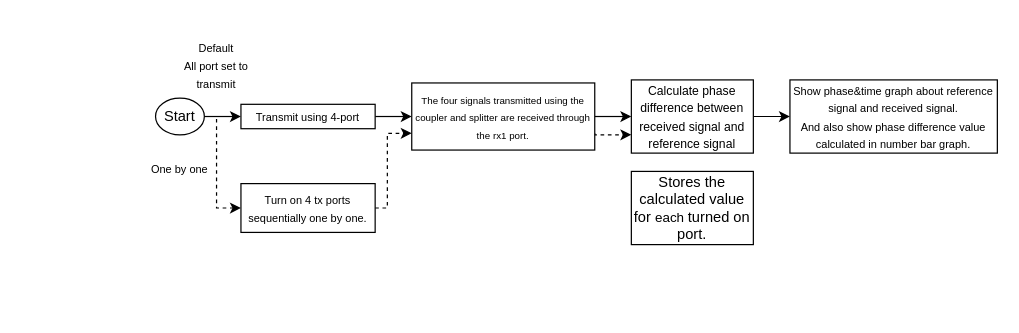
Earlier version of the draw.io diagram 4-port Sync.drawio (Yoo-jung/Beamforming). Source tidied: cells renumbered, new cells numbered last; positions are measured from the earlier drawing's top-left corner, leaving out a move shared by most shapes. Both pictures are drawn from the tidied source at 122%, with x=0, y=0 at pixel (143, 46).
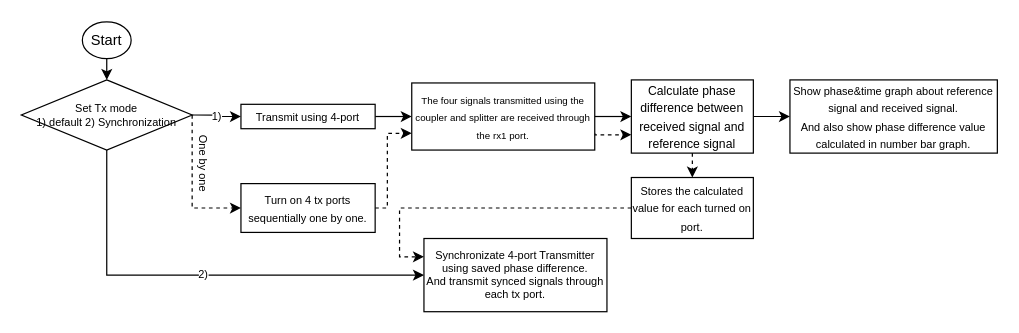
The same diagram, later.

The change refers to these unchanged cells:
```xml
<mxCell id="6" value="&lt;font style=&quot;font-size: 9px;&quot;&gt;Transmit using 4-port&lt;/font&gt;" style="rounded=0;whiteSpace=wrap;html=1;" parent="1" vertex="1">
  <mxGeometry x="80" y="47" width="110" height="20" as="geometry" />
</mxCell>
<mxCell id="11" value="&lt;font style=&quot;font-size: 10px;&quot;&gt;Calculate phase difference between received signal and reference signal&lt;/font&gt;" style="rounded=0;whiteSpace=wrap;html=1;" parent="1" vertex="1">
  <mxGeometry x="400" y="27" width="100" height="60" as="geometry" />
</mxCell>
<mxCell id="15" value="&lt;font style=&quot;font-size: 9px;&quot;&gt;Turn on 4 tx ports sequentially one by one.&lt;/font&gt;" style="rounded=0;whiteSpace=wrap;html=1;" parent="1" vertex="1">
  <mxGeometry x="80" y="112" width="110" height="40" as="geometry" />
</mxCell>
```

The edit, as a diff of the source:
```diff
@@
-    <mxCell id="2" style="edgeStyle=orthogonalEdgeStyle;rounded=0;jettySize=auto;html=1;exitX=1;exitY=0.5;exitDx=0;exitDy=0;entryX=0;entryY=0.5;entryDx=0;entryDy=0;" parent="1" edge="1" source="4" target="6">
-      <mxGeometry relative="1" as="geometry" />
-    </mxCell>
-    <mxCell id="3" style="edgeStyle=orthogonalEdgeStyle;rounded=0;jettySize=auto;html=1;exitX=1;exitY=0.5;exitDx=0;exitDy=0;entryX=0;entryY=0.5;entryDx=0;entryDy=0;dashed=1;" parent="1" edge="1" source="4" target="15">
-      <mxGeometry relative="1" as="geometry">
-        <Array as="points">
-          <mxPoint x="60" y="57" />
-          <mxPoint x="60" y="132" />
-        </Array>
-      </mxGeometry>
-    </mxCell>
+    <mxCell id="18" style="edgeStyle=orthogonalEdgeStyle;rounded=0;jettySize=auto;html=1;exitX=0.5;exitY=1;exitDx=0;exitDy=0;fontSize=9;entryX=0.5;entryY=0;entryDx=0;entryDy=0;" parent="1" edge="1" source="4" target="25">
+      <mxGeometry relative="1" as="geometry" />
+    </mxCell>
     <mxCell id="4" value="Start" style="ellipse;whiteSpace=wrap;html=1;" parent="1" vertex="1">
-      <mxGeometry x="10" y="42" width="40" height="30" as="geometry" />
+      <mxGeometry x="-50" y="-20.5" width="40" height="30" as="geometry" />
     </mxCell>
@@
+    <mxCell id="19" style="edgeStyle=orthogonalEdgeStyle;rounded=0;jettySize=auto;html=1;exitX=0.5;exitY=1;exitDx=0;exitDy=0;entryX=0.5;entryY=0;entryDx=0;entryDy=0;fontSize=9;dashed=1;" parent="1" edge="1" source="11" target="17">
+      <mxGeometry relative="1" as="geometry" />
+    </mxCell>
@@
-    <mxCell id="12" value="&lt;font style=&quot;font-size: 9px;&quot;&gt;Default&lt;br style=&quot;font-size: 9px;&quot;&gt;All port set to transmit&lt;/font&gt;" style="text;html=1;strokeColor=none;fillColor=none;align=center;verticalAlign=middle;whiteSpace=wrap;rounded=0;" parent="1" vertex="1">
-      <mxGeometry x="30" y="-0.5" width="60" height="30" as="geometry" />
-    </mxCell>
@@
-    <mxCell id="16" value="&lt;font style=&quot;font-size: 9px;&quot;&gt;One by one&lt;br&gt;&lt;/font&gt;" style="text;html=1;strokeColor=none;fillColor=none;align=center;verticalAlign=middle;whiteSpace=wrap;rounded=0;" parent="1" vertex="1">
-      <mxGeometry y="84.5" width="60" height="30" as="geometry" />
+    <mxCell id="16" value="&lt;font style=&quot;font-size: 9px;&quot;&gt;One by one&lt;br&gt;&lt;/font&gt;" style="text;html=1;strokeColor=none;fillColor=none;align=center;verticalAlign=middle;whiteSpace=wrap;rounded=0;rotation=90;" parent="1" vertex="1">
+      <mxGeometry x="20" y="87" width="60" height="17.5" as="geometry" />
     </mxCell>
+    <mxCell id="20" style="edgeStyle=orthogonalEdgeStyle;rounded=0;jettySize=auto;html=1;exitX=0;exitY=0.5;exitDx=0;exitDy=0;entryX=0;entryY=0.25;entryDx=0;entryDy=0;fontSize=9;dashed=1;" parent="1" edge="1" source="17" target="21">
+      <mxGeometry relative="1" as="geometry" />
+    </mxCell>
-    <mxCell id="17" value="Stores the calculated value for &lt;font style=&quot;font-size: 11px;&quot;&gt;each &lt;/font&gt;turned on port." style="rounded=0;whiteSpace=wrap;html=1;" parent="1" vertex="1">
-      <mxGeometry x="400" y="102" width="100" height="60" as="geometry" />
+    <mxCell id="17" value="&lt;font style=&quot;font-size: 9px;&quot;&gt;Stores the calculated value for &lt;font style=&quot;font-size: 9px;&quot;&gt;each &lt;/font&gt;turned on port.&lt;/font&gt;" style="rounded=0;whiteSpace=wrap;html=1;" parent="1" vertex="1">
+      <mxGeometry x="400" y="107" width="100" height="50" as="geometry" />
     </mxCell>
+    <mxCell id="21" value="Synchronizate 4-port Transmitter using saved phase difference.&lt;br&gt;And transmit synced signals through each tx port." style="rounded=0;whiteSpace=wrap;html=1;fontSize=9;" parent="1" vertex="1">
+      <mxGeometry x="230" y="157" width="150" height="60" as="geometry" />
+    </mxCell>
+    <mxCell id="22" value="1)" style="edgeStyle=orthogonalEdgeStyle;rounded=0;jettySize=auto;html=1;exitX=1;exitY=0.5;exitDx=0;exitDy=0;entryX=0;entryY=0.5;entryDx=0;entryDy=0;fontSize=9;" parent="1" edge="1" source="25" target="6">
+      <mxGeometry relative="1" as="geometry" />
+    </mxCell>
+    <mxCell id="23" style="edgeStyle=orthogonalEdgeStyle;rounded=0;jettySize=auto;html=1;exitX=1;exitY=0.5;exitDx=0;exitDy=0;entryX=0;entryY=0.5;entryDx=0;entryDy=0;fontSize=9;dashed=1;" parent="1" edge="1" source="25" target="15">
+      <mxGeometry relative="1" as="geometry">
+        <Array as="points">
+          <mxPoint x="40" y="132.5" />
+        </Array>
+      </mxGeometry>
+    </mxCell>
+    <mxCell id="24" value="2)" style="edgeStyle=orthogonalEdgeStyle;rounded=0;jettySize=auto;html=1;exitX=0.5;exitY=1;exitDx=0;exitDy=0;entryX=0;entryY=0.5;entryDx=0;entryDy=0;fontSize=9;" parent="1" edge="1" source="25" target="21">
+      <mxGeometry relative="1" as="geometry" />
+    </mxCell>
+    <mxCell id="25" value="&lt;font style=&quot;font-size: 9px;&quot;&gt;Set Tx mode&lt;br style=&quot;font-size: 9px;&quot;&gt;1) default 2) Synchronization&lt;/font&gt;" style="rhombus;whiteSpace=wrap;html=1;fontSize=9;" parent="1" vertex="1">
+      <mxGeometry x="-100" y="27" width="140" height="57.5" as="geometry" />
+    </mxCell>
```
